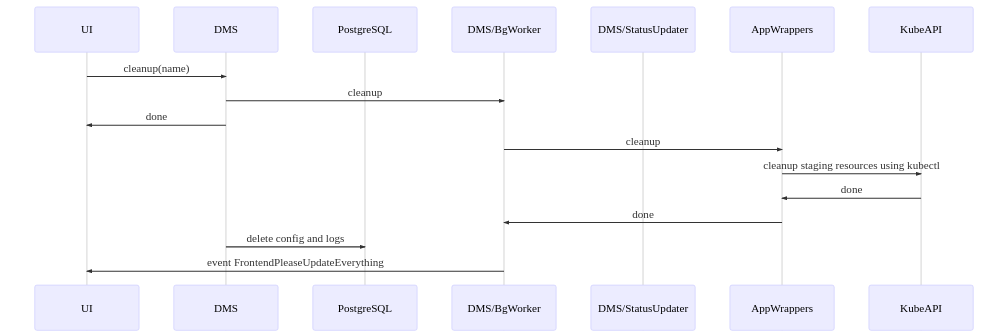
typeable/octopod keeps this Mermaid diagram as docs/diagrams/images/technical-architecture-cleanup-via-ui.png. Above is the earlier version. Its source is kept beside it as docs/diagrams/src/technical-architecture-cleanup-via-ui.mmd. Its diagram source:
```mermaid
sequenceDiagram
    participant UI
    participant DMS
    participant PostgreSQL
    participant DMS/BgWorker
    participant DMS/StatusUpdater
    participant AppWrappers
    participant KubeAPI
    UI->>DMS: cleanup(name)
    DMS->>DMS/BgWorker: cleanup
    DMS->>UI: done
    DMS/BgWorker->>AppWrappers: cleanup
    AppWrappers->>KubeAPI: cleanup staging resources using kubectl
    KubeAPI->>AppWrappers: done
    AppWrappers->>DMS/BgWorker: done
    DMS->>PostgreSQL: delete config and logs
    DMS/BgWorker->>UI: event FrontendPleaseUpdateEverything
```
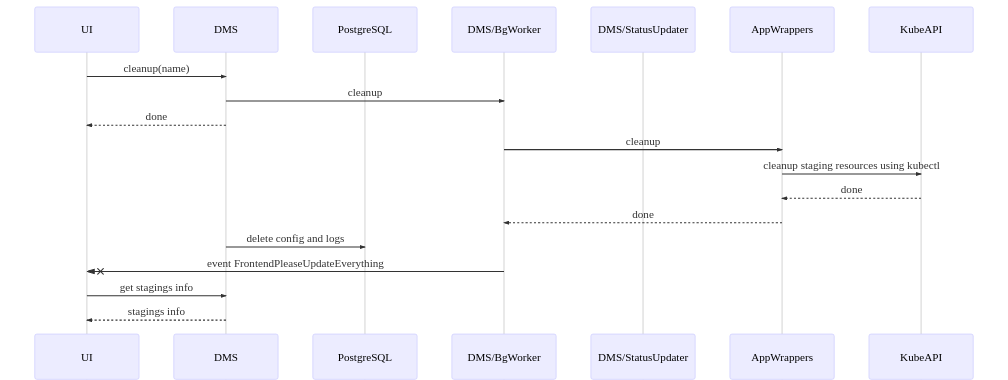
After the change.

What changed in the source:
```diff
@@ -8,10 +8,12 @@
     participant KubeAPI
     UI->>DMS: cleanup(name)
     DMS->>DMS/BgWorker: cleanup
-    DMS->>UI: done
+    DMS-->>UI: done
     DMS/BgWorker->>AppWrappers: cleanup
-    AppWrappers->>KubeAPI: cleanup staging resources using kubectl
-    KubeAPI->>AppWrappers: done
-    AppWrappers->>DMS/BgWorker: done
+    AppWrappers->>KubeAPI: cleanup staging resources
+    KubeAPI-->>AppWrappers: done
+    AppWrappers-->>DMS/BgWorker: done
     DMS->>PostgreSQL: delete config and logs
-    DMS/BgWorker->>UI: event FrontendPleaseUpdateEverything
+    DMS/BgWorker-xUI: event FrontendPleaseUpdateEverything
+    UI->>DMS: get stagings info
+    DMS-->>UI: stagings info
```
